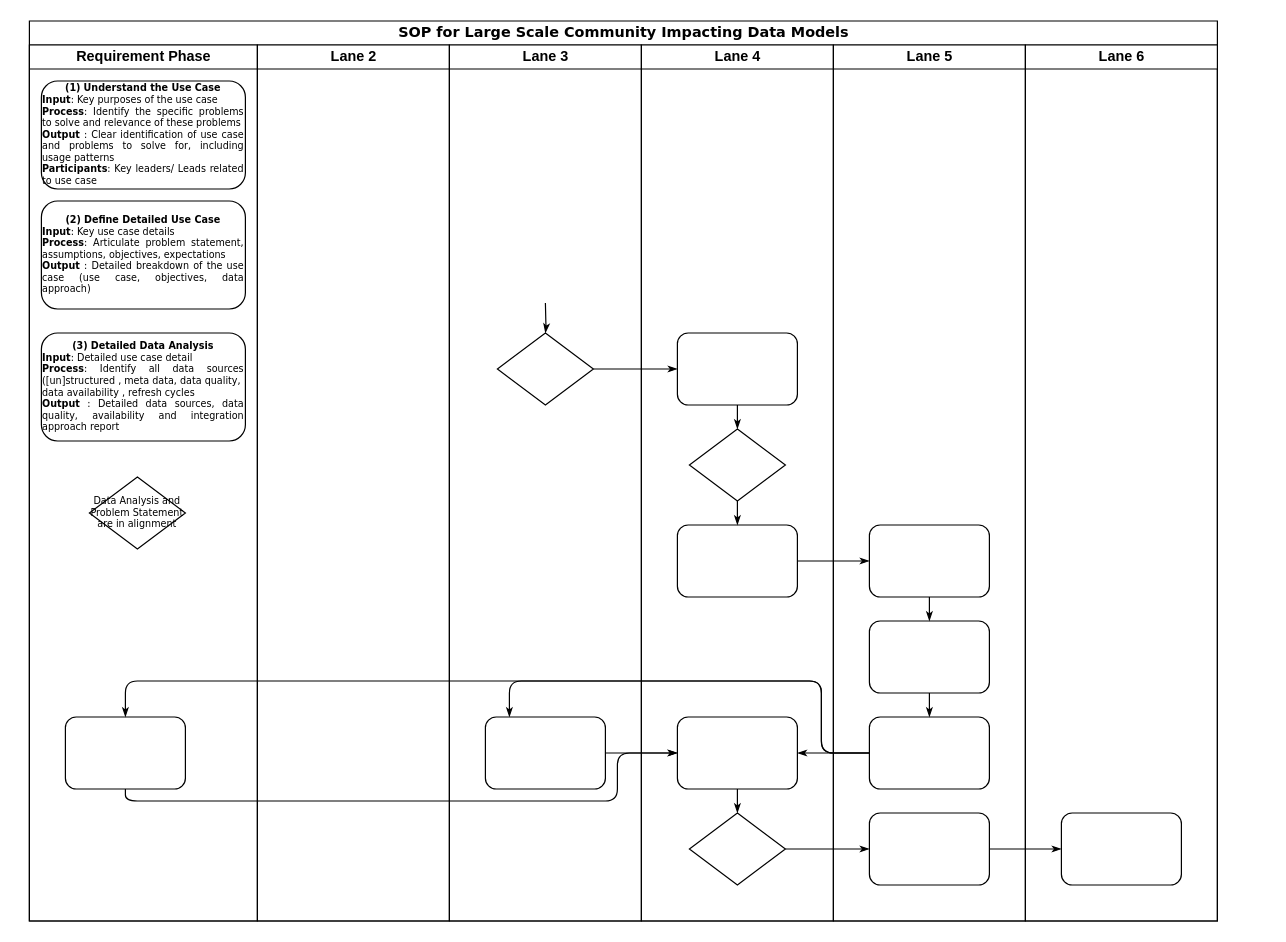
Before: DataModel_SOP_Detailed.drawio in drshyamsundaram/CommunityDataModel, a draw.io diagram. Source tidied: cells renumbered, new cells numbered last; positions are measured from the earlier drawing's top-left corner, leaving out a move shared by most shapes. Both pictures are drawn from the tidied source at 120%, with x=0, y=0 at pixel (29, 20).
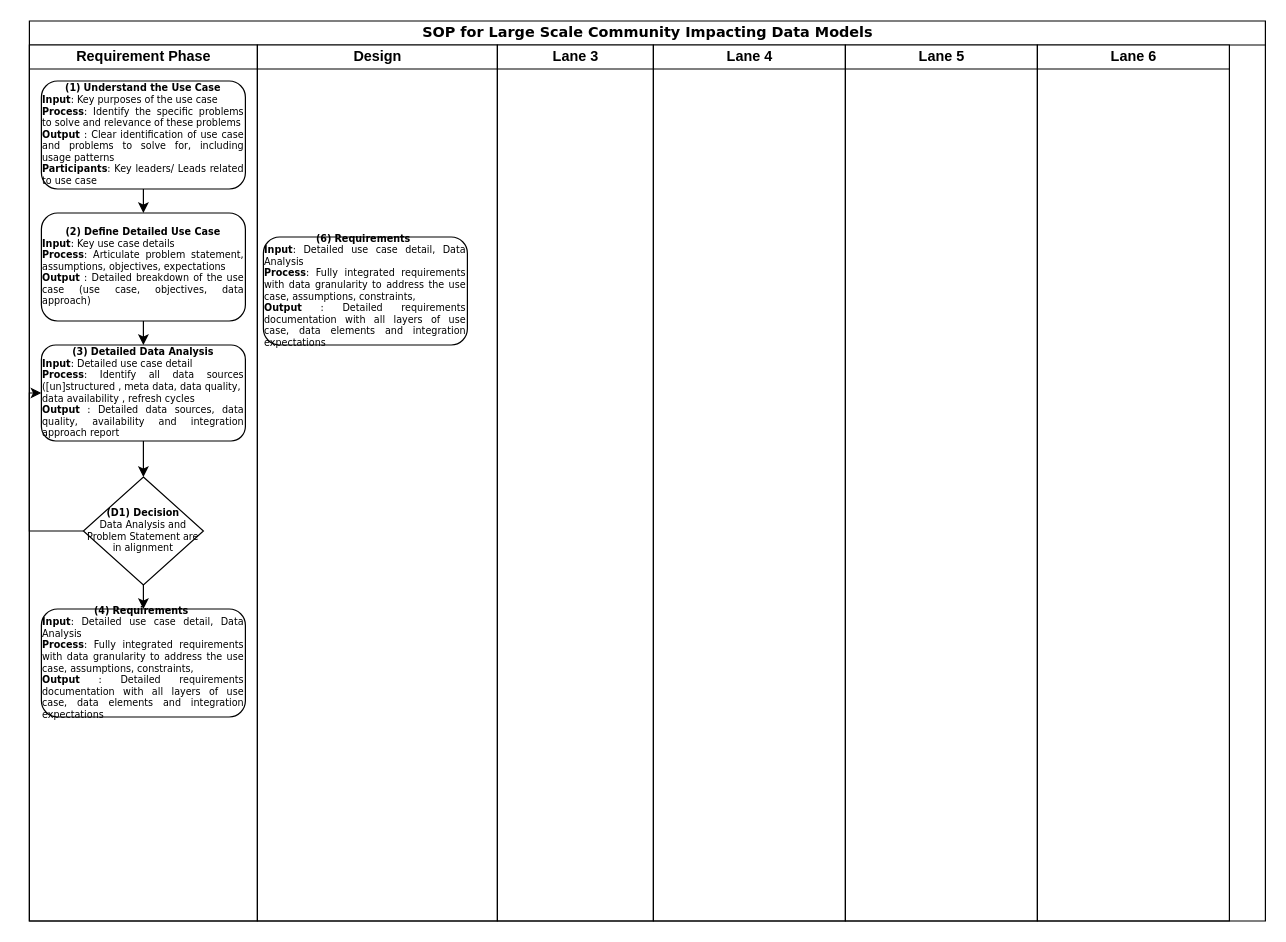
After the change.

Unchanged cells that the change refers to:
```xml
<mxCell id="3" value="Requirement Phase" style="swimlane;html=1;startSize=20;" parent="2" vertex="1">
  <mxGeometry y="20" width="190" height="730" as="geometry" />
</mxCell>
<mxCell id="4" value="&lt;b&gt;(1)&lt;/b&gt; &lt;b&gt;Understand the Use Case&lt;br&gt;&lt;div style=&quot;text-align: justify&quot;&gt;&lt;b&gt;Input&lt;/b&gt;&lt;span style=&quot;font-weight: normal&quot;&gt;: Key purposes of the use case&lt;/span&gt;&lt;/div&gt;&lt;/b&gt;&lt;b&gt;&lt;div style=&quot;text-align: justify&quot;&gt;&lt;b&gt;Process&lt;/b&gt;&lt;span style=&quot;font-weight: normal&quot;&gt;: Identify the specific problems to solve and relevance of these problems&lt;/span&gt;&lt;/div&gt;&lt;/b&gt;&lt;b&gt;&lt;div style=&quot;text-align: justify&quot;&gt;&lt;b&gt;Output&lt;/b&gt;&lt;span style=&quot;font-weight: normal&quot;&gt; : Clear identification of use case and problems to solve for, including usage patterns&lt;/span&gt;&lt;/div&gt;&lt;/b&gt;&lt;b&gt;&lt;div style=&quot;text-align: justify&quot;&gt;&lt;b&gt;Participants&lt;/b&gt;&lt;span style=&quot;font-weight: normal&quot;&gt;: Key leaders/ Leads related to use case&lt;/span&gt;&lt;/div&gt;&lt;/b&gt;" style="rounded=1;whiteSpace=wrap;html=1;shadow=0;labelBackgroundColor=none;strokeWidth=1;fontFamily=Verdana;fontSize=8;align=center;" parent="3" vertex="1">
  <mxGeometry x="10" y="30" width="170" height="90" as="geometry" />
</mxCell>
```

Change to the diagram source:
```diff
@@
     <mxCell id="2" value="&lt;font style=&quot;font-size: 12px&quot;&gt;SOP for Large Scale Community Impacting Data Models&lt;/font&gt;" style="swimlane;html=1;startSize=20;rounded=0;shadow=0;labelBackgroundColor=none;strokeWidth=1;fontFamily=Verdana;fontSize=8;align=center;" parent="1" vertex="1">
-      <mxGeometry width="990" height="750" as="geometry" />
+      <mxGeometry width="1030" height="750" as="geometry" />
     </mxCell>
@@
+    <mxCell id="41" style="edgeStyle=orthogonalEdgeStyle;rounded=0;jettySize=auto;html=1;exitX=0.5;exitY=1;exitDx=0;exitDy=0;entryX=0.5;entryY=0;entryDx=0;entryDy=0;" parent="3" edge="1" source="4" target="6">
+      <mxGeometry relative="1" as="geometry" />
+    </mxCell>
@@
-    <mxCell id="5" style="rounded=1;whiteSpace=wrap;html=1;shadow=0;labelBackgroundColor=none;strokeWidth=1;fontFamily=Verdana;fontSize=8;align=center;" parent="3" vertex="1">
-      <mxGeometry x="30" y="560" width="100" height="60" as="geometry" />
-    </mxCell>
+    <mxCell id="42" style="edgeStyle=orthogonalEdgeStyle;rounded=0;jettySize=auto;html=1;exitX=0.5;exitY=1;exitDx=0;exitDy=0;entryX=0.5;entryY=0;entryDx=0;entryDy=0;" parent="3" edge="1" source="6" target="7">
+      <mxGeometry relative="1" as="geometry" />
+    </mxCell>
     <mxCell id="6" value="&lt;b&gt;(2)&lt;/b&gt; &lt;b&gt;Define Detailed Use Case&lt;br&gt;&lt;div style=&quot;text-align: justify&quot;&gt;&lt;b&gt;Input&lt;/b&gt;&lt;span style=&quot;font-weight: normal&quot;&gt;: Key use case details&lt;/span&gt;&lt;/div&gt;&lt;/b&gt;&lt;b&gt;&lt;div style=&quot;text-align: justify&quot;&gt;&lt;b&gt;Process&lt;/b&gt;&lt;span style=&quot;font-weight: normal&quot;&gt;: Articulate problem statement, assumptions, objectives, expectations&amp;nbsp;&lt;/span&gt;&lt;/div&gt;&lt;/b&gt;&lt;b&gt;&lt;div style=&quot;text-align: justify&quot;&gt;&lt;b&gt;Output&lt;/b&gt;&lt;span style=&quot;font-weight: normal&quot;&gt; : Detailed breakdown of the use case (use case, objectives, data approach)&lt;/span&gt;&lt;/div&gt;&lt;/b&gt;" style="rounded=1;whiteSpace=wrap;html=1;shadow=0;labelBackgroundColor=none;strokeWidth=1;fontFamily=Verdana;fontSize=8;align=center;" parent="3" vertex="1">
-      <mxGeometry x="10" y="130" width="170" height="90" as="geometry" />
+      <mxGeometry x="10" y="140" width="170" height="90" as="geometry" />
     </mxCell>
+    <mxCell id="43" style="edgeStyle=orthogonalEdgeStyle;rounded=0;jettySize=auto;html=1;entryX=0.5;entryY=0;entryDx=0;entryDy=0;" parent="3" edge="1" source="7" target="8">
+      <mxGeometry relative="1" as="geometry" />
+    </mxCell>
     <mxCell id="7" value="&lt;b&gt;(3)&lt;/b&gt;&amp;nbsp;&lt;b&gt;Detailed Data Analysis&lt;br&gt;&lt;div style=&quot;text-align: justify&quot;&gt;&lt;b&gt;Input&lt;/b&gt;&lt;span style=&quot;font-weight: normal&quot;&gt;: Detailed use case detail&lt;/span&gt;&lt;/div&gt;&lt;/b&gt;&lt;div style=&quot;text-align: justify&quot;&gt;&lt;b style=&quot;font-weight: bold&quot;&gt;Process&lt;/b&gt;: Identify all data sources ([un]structured , meta data, data quality,&amp;nbsp; data availability&amp;nbsp;, refresh cycles&lt;/div&gt;&lt;b&gt;&lt;div style=&quot;text-align: justify&quot;&gt;&lt;b&gt;Output&lt;/b&gt;&lt;span style=&quot;font-weight: normal&quot;&gt; : Detailed data sources, data quality, availability and integration approach report&lt;/span&gt;&lt;/div&gt;&lt;/b&gt;" style="rounded=1;whiteSpace=wrap;html=1;shadow=0;labelBackgroundColor=none;strokeWidth=1;fontFamily=Verdana;fontSize=8;align=center;" parent="3" vertex="1">
-      <mxGeometry x="10" y="240" width="170" height="90" as="geometry" />
+      <mxGeometry x="10" y="250" width="170" height="80" as="geometry" />
     </mxCell>
+    <mxCell id="44" style="edgeStyle=orthogonalEdgeStyle;rounded=0;jettySize=auto;html=1;exitX=0.5;exitY=1;exitDx=0;exitDy=0;entryX=0.5;entryY=0;entryDx=0;entryDy=0;" parent="3" edge="1" source="8" target="46">
+      <mxGeometry relative="1" as="geometry" />
+    </mxCell>
+    <mxCell id="45" style="edgeStyle=orthogonalEdgeStyle;rounded=0;jettySize=auto;html=1;entryX=0;entryY=0.5;entryDx=0;entryDy=0;exitX=0;exitY=0.5;exitDx=0;exitDy=0;" parent="3" edge="1" source="8" target="7">
+      <mxGeometry relative="1" as="geometry">
+        <Array as="points">
+          <mxPoint y="405" />
+          <mxPoint y="290" />
+        </Array>
+      </mxGeometry>
+    </mxCell>
-    <mxCell id="8" value="Data Analysis and Problem Statement are in alignment" style="rhombus;whiteSpace=wrap;html=1;rounded=0;shadow=0;labelBackgroundColor=none;strokeWidth=1;fontFamily=Verdana;fontSize=8;align=center;" parent="3" vertex="1">
-      <mxGeometry x="50" y="360" width="80" height="60" as="geometry" />
+    <mxCell id="8" value="&lt;b&gt;(D1) Decision&lt;/b&gt;&lt;br&gt;Data Analysis and Problem Statement are in alignment" style="rhombus;whiteSpace=wrap;html=1;rounded=0;shadow=0;labelBackgroundColor=none;strokeWidth=1;fontFamily=Verdana;fontSize=8;align=center;" parent="3" vertex="1">
+      <mxGeometry x="45" y="360" width="100" height="90" as="geometry" />
     </mxCell>
-    <mxCell id="9" style="edgeStyle=orthogonalEdgeStyle;rounded=1;html=1;labelBackgroundColor=none;startArrow=none;startFill=0;startSize=5;endArrow=classicThin;endFill=1;endSize=5;jettySize=auto;strokeWidth=1;fontFamily=Verdana;fontSize=8;" parent="2" edge="1" source="20" target="24">
-      <mxGeometry relative="1" as="geometry" />
-    </mxCell>
-    <mxCell id="10" style="edgeStyle=orthogonalEdgeStyle;rounded=1;html=1;labelBackgroundColor=none;startArrow=none;startFill=0;startSize=5;endArrow=classicThin;endFill=1;endSize=5;jettySize=auto;strokeWidth=1;fontFamily=Verdana;fontSize=8;" parent="2" edge="1" source="28" target="36">
-      <mxGeometry relative="1" as="geometry" />
-    </mxCell>
-    <mxCell id="11" style="edgeStyle=orthogonalEdgeStyle;rounded=1;html=1;labelBackgroundColor=none;startArrow=none;startFill=0;startSize=5;endArrow=classicThin;endFill=1;endSize=5;jettySize=auto;strokeWidth=1;fontFamily=Verdana;fontSize=8;" parent="2" edge="1" source="36" target="40">
-      <mxGeometry relative="1" as="geometry" />
-    </mxCell>
-    <mxCell id="12" style="edgeStyle=orthogonalEdgeStyle;rounded=1;html=1;labelBackgroundColor=none;startArrow=none;startFill=0;startSize=5;endArrow=classicThin;endFill=1;endSize=5;jettySize=auto;strokeWidth=1;fontFamily=Verdana;fontSize=8;" parent="2" edge="1" source="26" target="33">
-      <mxGeometry relative="1" as="geometry" />
-    </mxCell>
-    <mxCell id="13" style="edgeStyle=orthogonalEdgeStyle;rounded=1;html=1;labelBackgroundColor=none;startArrow=none;startFill=0;startSize=5;endArrow=classicThin;endFill=1;endSize=5;jettySize=auto;strokeWidth=1;fontFamily=Verdana;fontSize=8;" parent="2" edge="1" source="35" target="21">
-      <mxGeometry relative="1" as="geometry">
-        <Array as="points">
-          <mxPoint x="660" y="610" />
-          <mxPoint x="660" y="550" />
-          <mxPoint x="400" y="550" />
-        </Array>
-      </mxGeometry>
-    </mxCell>
-    <mxCell id="14" style="edgeStyle=orthogonalEdgeStyle;rounded=1;html=1;labelBackgroundColor=none;startArrow=none;startFill=0;startSize=5;endArrow=classicThin;endFill=1;endSize=5;jettySize=auto;strokeColor=#000000;strokeWidth=1;fontFamily=Verdana;fontSize=8;fontColor=#000000;" parent="2" edge="1" source="35" target="27">
-      <mxGeometry relative="1" as="geometry" />
-    </mxCell>
-    <mxCell id="15" style="edgeStyle=orthogonalEdgeStyle;rounded=1;html=1;labelBackgroundColor=none;startArrow=none;startFill=0;startSize=5;endArrow=classicThin;endFill=1;endSize=5;jettySize=auto;strokeWidth=1;fontFamily=Verdana;fontSize=8;" parent="2" edge="1" source="35" target="5">
-      <mxGeometry relative="1" as="geometry">
-        <Array as="points">
-          <mxPoint x="660" y="610" />
-          <mxPoint x="660" y="550" />
-          <mxPoint x="80" y="550" />
-        </Array>
-      </mxGeometry>
-    </mxCell>
-    <mxCell id="16" style="edgeStyle=orthogonalEdgeStyle;rounded=1;html=1;labelBackgroundColor=none;startArrow=none;startFill=0;startSize=5;endArrow=classicThin;endFill=1;endSize=5;jettySize=auto;strokeWidth=1;fontFamily=Verdana;fontSize=8;" parent="2" edge="1" source="5" target="27">
-      <mxGeometry relative="1" as="geometry">
-        <Array as="points">
-          <mxPoint x="80" y="650" />
-          <mxPoint x="490" y="650" />
-          <mxPoint x="490" y="610" />
-        </Array>
-      </mxGeometry>
-    </mxCell>
-    <mxCell id="17" style="edgeStyle=orthogonalEdgeStyle;rounded=1;html=1;labelBackgroundColor=none;startArrow=none;startFill=0;startSize=5;endArrow=classicThin;endFill=1;endSize=5;jettySize=auto;strokeWidth=1;fontFamily=Verdana;fontSize=8;" parent="2" edge="1" source="21" target="27">
-      <mxGeometry relative="1" as="geometry" />
-    </mxCell>
+    <mxCell id="46" value="&lt;b&gt;(4)&lt;/b&gt;&amp;nbsp;&lt;b&gt;Requirements&amp;nbsp;&lt;br&gt;&lt;div style=&quot;text-align: justify&quot;&gt;&lt;b&gt;Input&lt;/b&gt;&lt;span style=&quot;font-weight: normal&quot;&gt;: Detailed use case detail, Data Analysis&lt;/span&gt;&lt;/div&gt;&lt;/b&gt;&lt;div style=&quot;text-align: justify&quot;&gt;&lt;b style=&quot;font-weight: bold&quot;&gt;Process&lt;/b&gt;: Fully integrated requirements with data granularity to address the use case, assumptions, constraints,&lt;/div&gt;&lt;b&gt;&lt;div style=&quot;text-align: justify&quot;&gt;&lt;b&gt;Output&lt;/b&gt;&lt;span style=&quot;font-weight: normal&quot;&gt; : Detailed requirements documentation with all layers of use case, data elements and integration expectations&lt;/span&gt;&lt;/div&gt;&lt;/b&gt;" style="rounded=1;whiteSpace=wrap;html=1;shadow=0;labelBackgroundColor=none;strokeWidth=1;fontFamily=Verdana;fontSize=8;align=center;" parent="3" vertex="1">
+      <mxGeometry x="10" y="470" width="170" height="90" as="geometry" />
+    </mxCell>
-    <mxCell id="18" value="Lane 2" style="swimlane;html=1;startSize=20;" parent="2" vertex="1">
-      <mxGeometry x="190" y="20" width="160" height="730" as="geometry" />
+    <mxCell id="18" value="Design" style="swimlane;html=1;startSize=20;" parent="2" vertex="1">
+      <mxGeometry x="190" y="20" width="200" height="730" as="geometry" />
     </mxCell>
+    <mxCell id="47" value="&lt;b&gt;(6)&lt;/b&gt;&amp;nbsp;&lt;b&gt;Requirements&amp;nbsp;&lt;br&gt;&lt;div style=&quot;text-align: justify&quot;&gt;&lt;b&gt;Input&lt;/b&gt;&lt;span style=&quot;font-weight: normal&quot;&gt;: Detailed use case detail, Data Analysis&lt;/span&gt;&lt;/div&gt;&lt;/b&gt;&lt;div style=&quot;text-align: justify&quot;&gt;&lt;b style=&quot;font-weight: bold&quot;&gt;Process&lt;/b&gt;: Fully integrated requirements with data granularity to address the use case, assumptions, constraints,&lt;/div&gt;&lt;b&gt;&lt;div style=&quot;text-align: justify&quot;&gt;&lt;b&gt;Output&lt;/b&gt;&lt;span style=&quot;font-weight: normal&quot;&gt; : Detailed requirements documentation with all layers of use case, data elements and integration expectations&lt;/span&gt;&lt;/div&gt;&lt;/b&gt;" style="rounded=1;whiteSpace=wrap;html=1;shadow=0;labelBackgroundColor=none;strokeWidth=1;fontFamily=Verdana;fontSize=8;align=center;" parent="18" vertex="1">
+      <mxGeometry x="5" y="160" width="170" height="90" as="geometry" />
+    </mxCell>
     <mxCell id="19" value="Lane 3" style="swimlane;html=1;startSize=20;" parent="2" vertex="1">
-      <mxGeometry x="350" y="20" width="160" height="730" as="geometry" />
+      <mxGeometry x="390" y="20" width="130" height="730" as="geometry" />
     </mxCell>
-    <mxCell id="20" style="rhombus;whiteSpace=wrap;html=1;rounded=0;shadow=0;labelBackgroundColor=none;strokeWidth=1;fontFamily=Verdana;fontSize=8;align=center;" parent="19" vertex="1">
-      <mxGeometry x="40" y="240" width="80" height="60" as="geometry" />
-    </mxCell>
-    <mxCell id="21" style="rounded=1;whiteSpace=wrap;html=1;shadow=0;labelBackgroundColor=none;strokeWidth=1;fontFamily=Verdana;fontSize=8;align=center;" parent="19" vertex="1">
-      <mxGeometry x="30" y="560" width="100" height="60" as="geometry" />
-    </mxCell>
-    <mxCell id="22" style="edgeStyle=orthogonalEdgeStyle;rounded=1;html=1;labelBackgroundColor=none;startArrow=none;startFill=0;startSize=5;endArrow=classicThin;endFill=1;endSize=5;jettySize=auto;strokeWidth=1;fontFamily=Verdana;fontSize=8;" parent="19" edge="1" target="20">
-      <mxGeometry relative="1" as="geometry">
-        <mxPoint x="80" y="215" as="sourcePoint" />
-      </mxGeometry>
-    </mxCell>
     <mxCell id="23" value="Lane 4" style="swimlane;html=1;startSize=20;" parent="2" vertex="1">
-      <mxGeometry x="510" y="20" width="160" height="730" as="geometry" />
+      <mxGeometry x="520" y="20" width="160" height="730" as="geometry" />
     </mxCell>
-    <mxCell id="24" style="rounded=1;whiteSpace=wrap;html=1;shadow=0;labelBackgroundColor=none;strokeWidth=1;fontFamily=Verdana;fontSize=8;align=center;" parent="23" vertex="1">
-      <mxGeometry x="30" y="240" width="100" height="60" as="geometry" />
-    </mxCell>
-    <mxCell id="25" style="rhombus;whiteSpace=wrap;html=1;rounded=0;shadow=0;labelBackgroundColor=none;strokeWidth=1;fontFamily=Verdana;fontSize=8;align=center;" parent="23" vertex="1">
-      <mxGeometry x="40" y="320" width="80" height="60" as="geometry" />
-    </mxCell>
-    <mxCell id="26" style="rounded=1;whiteSpace=wrap;html=1;shadow=0;labelBackgroundColor=none;strokeWidth=1;fontFamily=Verdana;fontSize=8;align=center;" parent="23" vertex="1">
-      <mxGeometry x="30" y="400" width="100" height="60" as="geometry" />
-    </mxCell>
-    <mxCell id="27" style="rounded=1;whiteSpace=wrap;html=1;shadow=0;labelBackgroundColor=none;strokeWidth=1;fontFamily=Verdana;fontSize=8;align=center;" parent="23" vertex="1">
-      <mxGeometry x="30" y="560" width="100" height="60" as="geometry" />
-    </mxCell>
-    <mxCell id="28" style="rhombus;whiteSpace=wrap;html=1;rounded=0;shadow=0;labelBackgroundColor=none;strokeWidth=1;fontFamily=Verdana;fontSize=8;align=center;" parent="23" vertex="1">
-      <mxGeometry x="40" y="640" width="80" height="60" as="geometry" />
-    </mxCell>
-    <mxCell id="29" style="edgeStyle=orthogonalEdgeStyle;rounded=1;html=1;labelBackgroundColor=none;startArrow=none;startFill=0;startSize=5;endArrow=classicThin;endFill=1;endSize=5;jettySize=auto;strokeColor=#000000;strokeWidth=1;fontFamily=Verdana;fontSize=8;fontColor=#000000;" parent="23" edge="1" source="24" target="25">
-      <mxGeometry relative="1" as="geometry" />
-    </mxCell>
-    <mxCell id="30" style="edgeStyle=orthogonalEdgeStyle;rounded=1;html=1;labelBackgroundColor=none;startArrow=none;startFill=0;startSize=5;endArrow=classicThin;endFill=1;endSize=5;jettySize=auto;strokeWidth=1;fontFamily=Verdana;fontSize=8;" parent="23" edge="1" source="25" target="26">
-      <mxGeometry relative="1" as="geometry" />
-    </mxCell>
-    <mxCell id="31" style="edgeStyle=orthogonalEdgeStyle;rounded=1;html=1;labelBackgroundColor=none;startArrow=none;startFill=0;startSize=5;endArrow=classicThin;endFill=1;endSize=5;jettySize=auto;strokeWidth=1;fontFamily=Verdana;fontSize=8;" parent="23" edge="1" source="27" target="28">
-      <mxGeometry relative="1" as="geometry" />
-    </mxCell>
     <mxCell id="32" value="Lane 5" style="swimlane;html=1;startSize=20;" parent="2" vertex="1">
-      <mxGeometry x="670" y="20" width="160" height="730" as="geometry" />
+      <mxGeometry x="680" y="20" width="160" height="730" as="geometry" />
     </mxCell>
-    <mxCell id="33" style="rounded=1;whiteSpace=wrap;html=1;shadow=0;labelBackgroundColor=none;strokeWidth=1;fontFamily=Verdana;fontSize=8;align=center;" parent="32" vertex="1">
-      <mxGeometry x="30" y="400" width="100" height="60" as="geometry" />
-    </mxCell>
-    <mxCell id="34" style="rounded=1;whiteSpace=wrap;html=1;shadow=0;labelBackgroundColor=none;strokeWidth=1;fontFamily=Verdana;fontSize=8;align=center;" parent="32" vertex="1">
-      <mxGeometry x="30" y="480" width="100" height="60" as="geometry" />
-    </mxCell>
-    <mxCell id="35" style="rounded=1;whiteSpace=wrap;html=1;shadow=0;labelBackgroundColor=none;strokeWidth=1;fontFamily=Verdana;fontSize=8;align=center;" parent="32" vertex="1">
-      <mxGeometry x="30" y="560" width="100" height="60" as="geometry" />
-    </mxCell>
-    <mxCell id="36" style="rounded=1;whiteSpace=wrap;html=1;shadow=0;labelBackgroundColor=none;strokeWidth=1;fontFamily=Verdana;fontSize=8;align=center;" parent="32" vertex="1">
-      <mxGeometry x="30" y="640" width="100" height="60" as="geometry" />
-    </mxCell>
-    <mxCell id="37" style="edgeStyle=orthogonalEdgeStyle;rounded=1;html=1;labelBackgroundColor=none;startArrow=none;startFill=0;startSize=5;endArrow=classicThin;endFill=1;endSize=5;jettySize=auto;strokeWidth=1;fontFamily=Verdana;fontSize=8;" parent="32" edge="1" source="33" target="34">
-      <mxGeometry relative="1" as="geometry" />
-    </mxCell>
-    <mxCell id="38" style="edgeStyle=orthogonalEdgeStyle;rounded=1;html=1;labelBackgroundColor=none;startArrow=none;startFill=0;startSize=5;endArrow=classicThin;endFill=1;endSize=5;jettySize=auto;strokeWidth=1;fontFamily=Verdana;fontSize=8;" parent="32" edge="1" source="34" target="35">
-      <mxGeometry relative="1" as="geometry" />
-    </mxCell>
     <mxCell id="39" value="Lane 6" style="swimlane;html=1;startSize=20;" parent="2" vertex="1">
-      <mxGeometry x="830" y="20" width="160" height="730" as="geometry" />
+      <mxGeometry x="840" y="20" width="160" height="730" as="geometry" />
     </mxCell>
-    <mxCell id="40" style="rounded=1;whiteSpace=wrap;html=1;shadow=0;labelBackgroundColor=none;strokeWidth=1;fontFamily=Verdana;fontSize=8;align=center;" parent="39" vertex="1">
-      <mxGeometry x="30" y="640" width="100" height="60" as="geometry" />
-    </mxCell>
```
